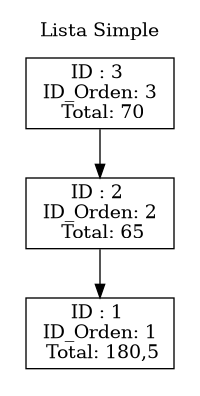
Above: Proyecto-Fase 1/Reportes/Pila.png in Rodrigo-1504/-EDD-1S2025_202202854 (Graphviz), before the change. Its source is kept beside it as Proyecto-Fase 1/Reportes/Pila.dot. Its diagram source:
```dot
digraph {
	node[shape=record];
	graph[pencolor=transparent];
	subgraph cluster_0{
		label = "Lista Simple";
			n0 [label = "{ID : 3 \n ID_Orden: 3 \n Total: 70}"];
			n1 [label = "{ID : 2 \n ID_Orden: 2 \n Total: 65}"];
			n2 [label = "{ID : 1 \n ID_Orden: 1 \n Total: 180,5}"];
			n0 -> n1;
			n1 -> n2;
		}
}
```
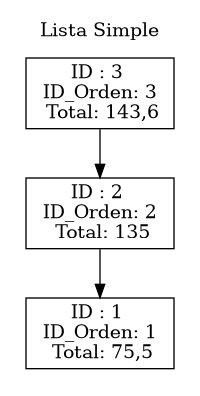
After the commit.

Change to the diagram source:
```diff
@@ -3,9 +3,9 @@
 	graph[pencolor=transparent];
 	subgraph cluster_0{
 		label = "Lista Simple";
-			n0 [label = "{ID : 3 \n ID_Orden: 3 \n Total: 70}"];
-			n1 [label = "{ID : 2 \n ID_Orden: 2 \n Total: 65}"];
-			n2 [label = "{ID : 1 \n ID_Orden: 1 \n Total: 180,5}"];
+			n0 [label = "{ID : 3 \n ID_Orden: 3 \n Total: 143,6}"];
+			n1 [label = "{ID : 2 \n ID_Orden: 2 \n Total: 135}"];
+			n2 [label = "{ID : 1 \n ID_Orden: 1 \n Total: 75,5}"];
 			n0 -> n1;
 			n1 -> n2;
 		}
```
